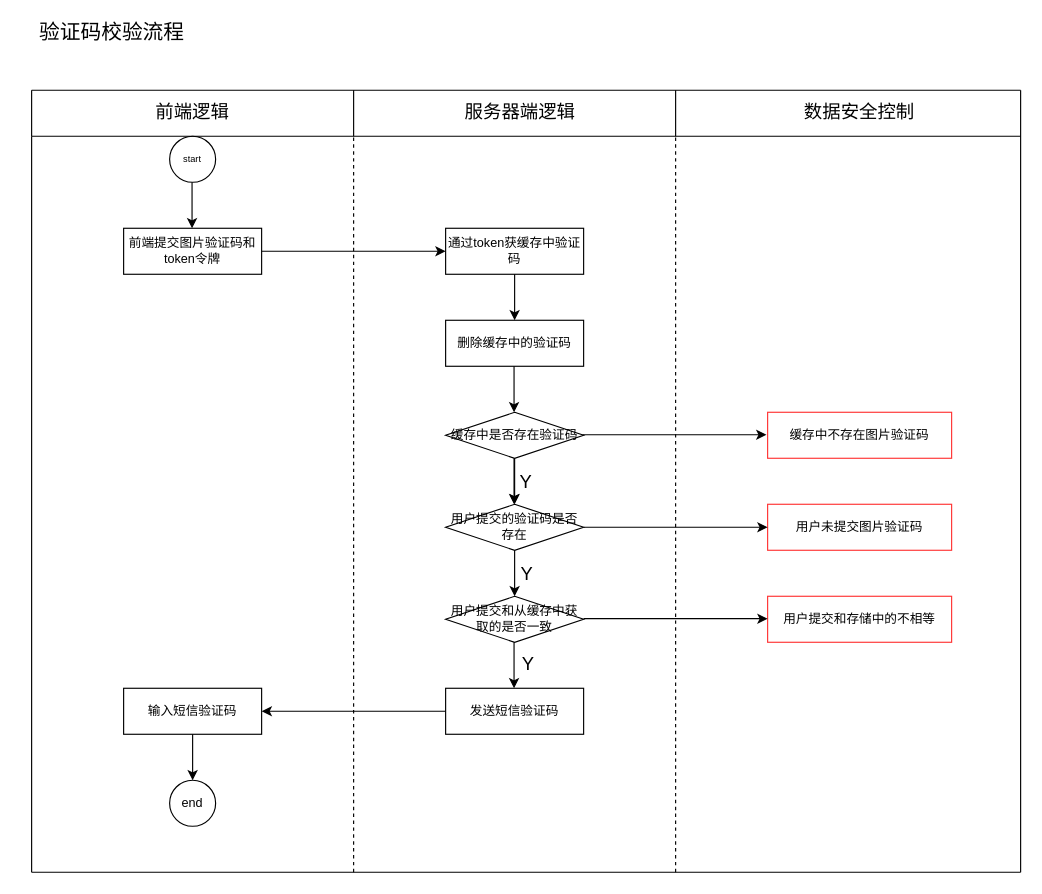
This is 图片验证码验证流程.drawio from chenrushui/draw, a draw.io file, before an edit. Source tidied: cells renumbered, new cells numbered last; positions are measured from the earlier drawing's top-left corner, leaving out a move shared by most shapes. Both pictures are drawn from the tidied source at 115%, with x=0, y=0 at pixel (20, 21).
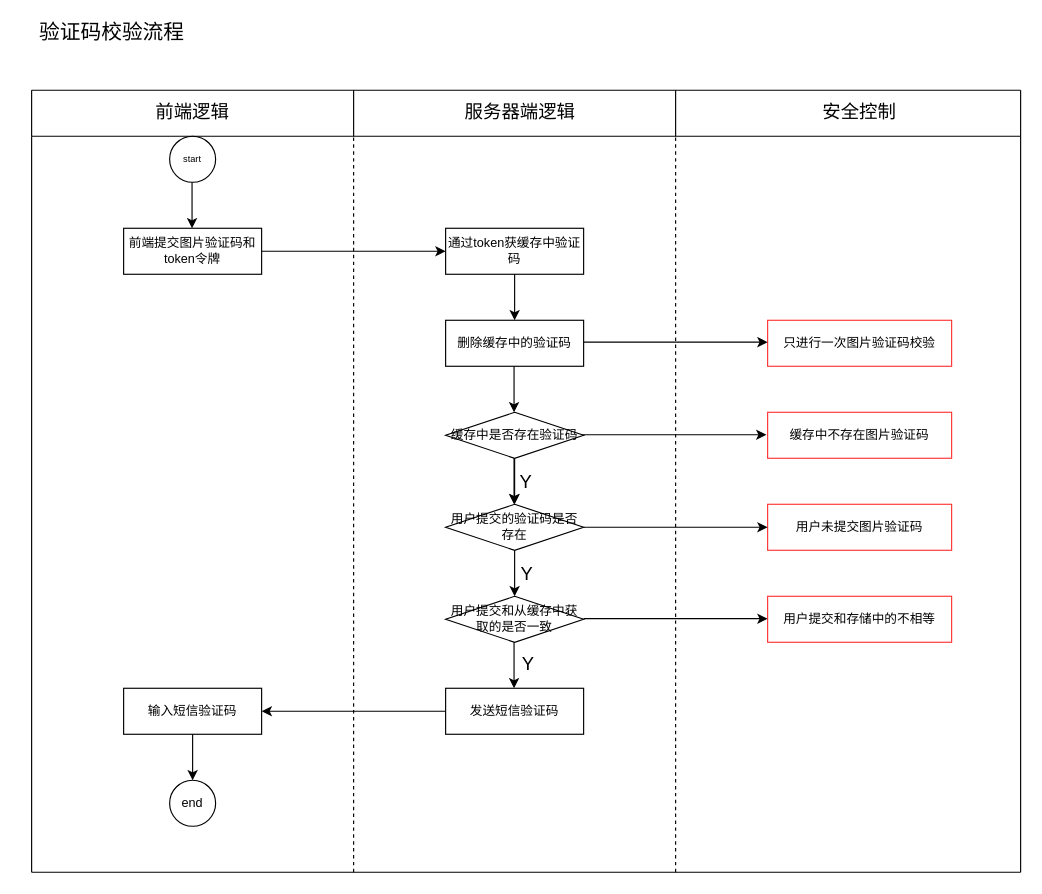
Above is the later version.

Commit message (it also covers changes not shown here):
更新图片验证码验证流程.drawio

Diff of the diagram source:
```diff
@@
-    <mxCell id="34" value="数据安全控制" style="text;html=1;strokeColor=none;fillColor=none;align=center;verticalAlign=middle;whiteSpace=wrap;rounded=0;fontSize=16;" parent="1" vertex="1">
+    <mxCell id="34" value="安全控制" style="text;html=1;strokeColor=none;fillColor=none;align=center;verticalAlign=middle;whiteSpace=wrap;rounded=0;fontSize=16;" parent="1" vertex="1">
       <mxGeometry x="675" y="69" width="110" height="20" as="geometry" />
     </mxCell>
@@
+    <mxCell id="45" value="只进行一次图片验证码校验" style="rounded=0;whiteSpace=wrap;html=1;fontSize=11;strokeColor=#FF3333;" parent="1" vertex="1">
+      <mxGeometry x="650" y="260" width="160" height="40" as="geometry" />
+    </mxCell>
+    <mxCell id="46" style="endArrow=classic;html=1;fontSize=11;entryX=0;entryY=0.5;entryDx=0;entryDy=0;exitX=1;exitY=0.5;exitDx=0;exitDy=0;" parent="1" edge="1">
+      <mxGeometry relative="1" as="geometry">
+        <mxPoint x="490" y="279" as="sourcePoint" />
+        <mxPoint x="650" y="279" as="targetPoint" />
+      </mxGeometry>
+    </mxCell>
```
